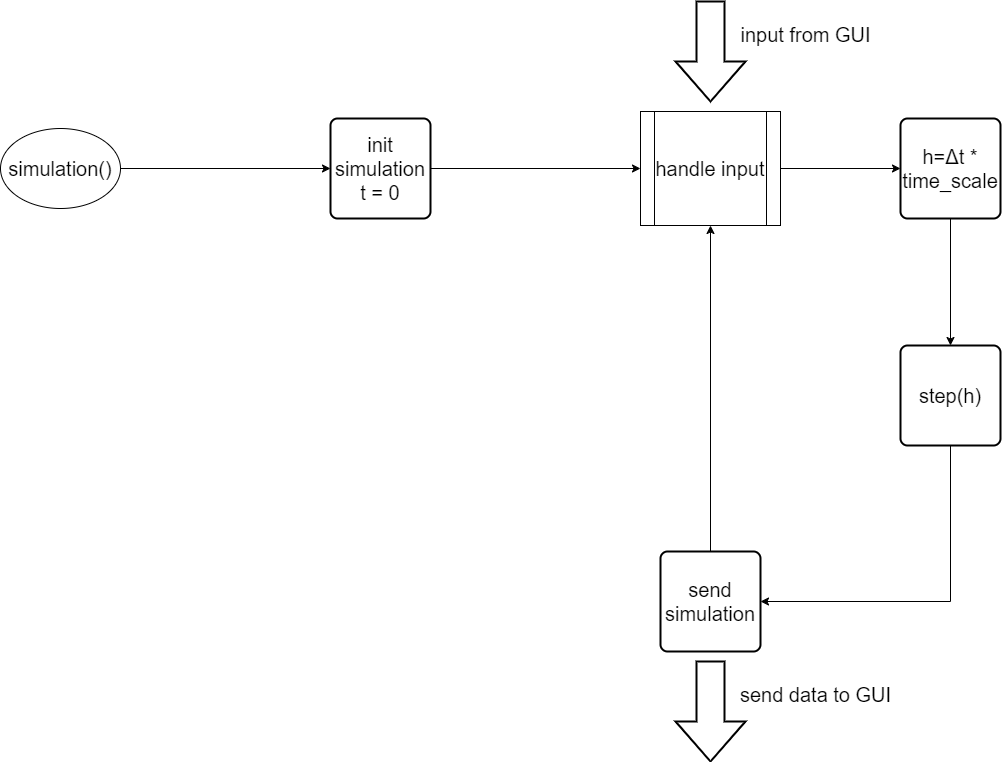
This is Final/simulation.png from DerGorn/InterstellareSimulation, a draw.io export, as it was before one commit. Source tidied: cells renumbered, new cells last; positions are measured from the earlier drawing's top-left corner, leaving out a move shared by most shapes.
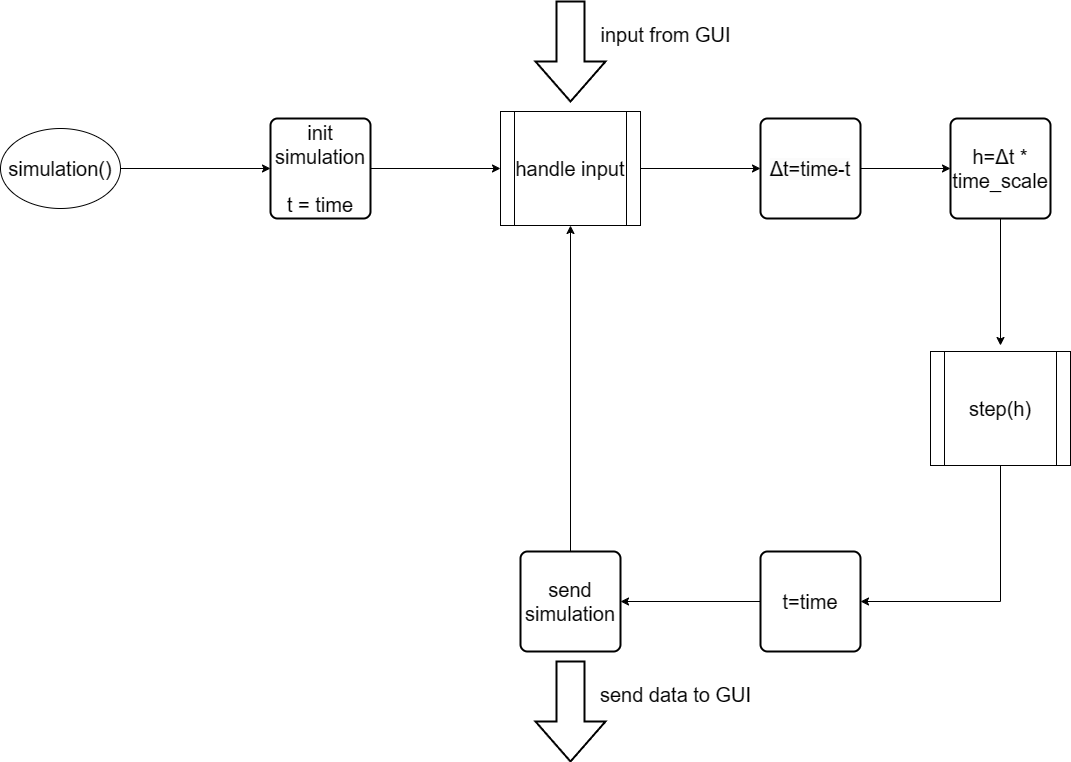
Later version of the same file.

What changed in the source:
```diff
@@ -6,19 +6,21 @@
       <mxGeometry relative="1" as="geometry" />
     </mxCell>
     <mxCell id="3" value="&lt;font style=&quot;font-size: 20px;&quot;&gt;simulation()&lt;/font&gt;" style="ellipse;whiteSpace=wrap;html=1;" parent="1" vertex="1">
-      <mxGeometry y="127" width="120" height="80" as="geometry" />
+      <mxGeometry x="140" y="127" width="120" height="80" as="geometry" />
     </mxCell>
     <mxCell id="4" style="edgeStyle=orthogonalEdgeStyle;rounded=0;jettySize=auto;html=1;entryX=0;entryY=0.5;entryDx=0;entryDy=0;" parent="1" edge="1" source="5" target="17">
       <mxGeometry relative="1" as="geometry" />
     </mxCell>
-    <mxCell id="5" value="&lt;font style=&quot;font-size: 20px;&quot;&gt;init simulation&lt;br&gt;t = 0&lt;/font&gt;" style="rounded=1;whiteSpace=wrap;html=1;absoluteArcSize=1;arcSize=14;strokeWidth=2;" parent="1" vertex="1">
-      <mxGeometry x="330" y="117" width="100" height="100" as="geometry" />
+    <mxCell id="5" value="&lt;font style=&quot;font-size: 20px;&quot;&gt;init simulation&lt;br&gt;&lt;br&gt;t = time&lt;/font&gt;" style="rounded=1;whiteSpace=wrap;html=1;absoluteArcSize=1;arcSize=14;strokeWidth=2;" parent="1" vertex="1">
+      <mxGeometry x="410" y="117" width="100" height="100" as="geometry" />
     </mxCell>
-    <mxCell id="6" style="edgeStyle=orthogonalEdgeStyle;rounded=0;jettySize=auto;html=1;entryX=0.5;entryY=0;entryDx=0;entryDy=0;" parent="1" edge="1" source="7" target="11">
-      <mxGeometry relative="1" as="geometry" />
+    <mxCell id="6" style="edgeStyle=orthogonalEdgeStyle;rounded=0;jettySize=auto;html=1;entryX=0.5;entryY=0;entryDx=0;entryDy=0;" parent="1" edge="1" source="7">
+      <mxGeometry relative="1" as="geometry">
+        <mxPoint x="1140" y="344" as="targetPoint" />
+      </mxGeometry>
     </mxCell>
     <mxCell id="7" value="&lt;font style=&quot;font-size: 20px;&quot;&gt;h=Δt * time_scale&lt;/font&gt;" style="rounded=1;whiteSpace=wrap;html=1;absoluteArcSize=1;arcSize=14;strokeWidth=2;" parent="1" vertex="1">
-      <mxGeometry x="900" y="117" width="100" height="100" as="geometry" />
+      <mxGeometry x="1090" y="117" width="100" height="100" as="geometry" />
     </mxCell>
     <mxCell id="8" style="edgeStyle=orthogonalEdgeStyle;rounded=0;jettySize=auto;html=1;" parent="1" edge="1" source="9" target="17">
       <mxGeometry relative="1" as="geometry" />
@@ -26,12 +28,6 @@
     <mxCell id="9" value="&lt;font style=&quot;font-size: 20px;&quot;&gt;send simulation&lt;/font&gt;" style="rounded=1;whiteSpace=wrap;html=1;absoluteArcSize=1;arcSize=14;strokeWidth=2;" parent="1" vertex="1">
       <mxGeometry x="660" y="550" width="100" height="100" as="geometry" />
     </mxCell>
-    <mxCell id="10" style="edgeStyle=orthogonalEdgeStyle;rounded=0;jettySize=auto;html=1;entryX=1;entryY=0.5;entryDx=0;entryDy=0;exitX=0.5;exitY=1;exitDx=0;exitDy=0;" parent="1" edge="1" source="11" target="9">
-      <mxGeometry relative="1" as="geometry" />
-    </mxCell>
-    <mxCell id="11" value="&lt;font style=&quot;font-size: 20px;&quot;&gt;step(h)&lt;/font&gt;" style="rounded=1;whiteSpace=wrap;html=1;absoluteArcSize=1;arcSize=14;strokeWidth=2;" parent="1" vertex="1">
-      <mxGeometry x="900" y="344" width="100" height="100" as="geometry" />
-    </mxCell>
     <mxCell id="12" style="verticalLabelPosition=bottom;verticalAlign=top;html=1;strokeWidth=2;shape=mxgraph.arrows2.arrow;dy=0.6;dx=40;notch=0;direction=south;" parent="1" vertex="1">
       <mxGeometry x="675" width="70" height="100" as="geometry" />
     </mxCell>
@@ -44,11 +40,29 @@
     <mxCell id="15" value="&lt;font style=&quot;font-size: 20px;&quot;&gt;send data to GUI&lt;/font&gt;" style="text;html=1;align=center;verticalAlign=middle;strokeColor=none;fillColor=none;" parent="1" vertex="1">
       <mxGeometry x="730" y="673" width="170" height="40" as="geometry" />
     </mxCell>
-    <mxCell id="16" style="edgeStyle=orthogonalEdgeStyle;rounded=0;jettySize=auto;html=1;" parent="1" edge="1" source="17" target="7">
-      <mxGeometry relative="1" as="geometry" />
-    </mxCell>
+    <mxCell id="18" style="edgeStyle=orthogonalEdgeStyle;rounded=0;jettySize=auto;html=1;entryX=0;entryY=0.5;entryDx=0;entryDy=0;" parent="1" edge="1" source="17" target="21">
+      <mxGeometry relative="1" as="geometry" />
+    </mxCell>
     <mxCell id="17" value="handle input" style="shape=process;whiteSpace=wrap;html=1;backgroundOutline=1;fontSize=20;" parent="1" vertex="1">
       <mxGeometry x="640" y="110" width="140" height="114" as="geometry" />
     </mxCell>
+    <mxCell id="19" style="edgeStyle=orthogonalEdgeStyle;rounded=0;jettySize=auto;html=1;entryX=1;entryY=0.5;entryDx=0;entryDy=0;exitX=0.5;exitY=1;exitDx=0;exitDy=0;" parent="1" edge="1" source="11" target="23">
+      <mxGeometry relative="1" as="geometry" />
+    </mxCell>
+    <mxCell id="11" value="step(h)" style="shape=process;whiteSpace=wrap;html=1;backgroundOutline=1;fontSize=20;" parent="1" vertex="1">
+      <mxGeometry x="1070" y="350" width="140" height="114" as="geometry" />
+    </mxCell>
+    <mxCell id="20" style="edgeStyle=orthogonalEdgeStyle;rounded=0;jettySize=auto;html=1;entryX=0;entryY=0.5;entryDx=0;entryDy=0;" parent="1" edge="1" source="21" target="7">
+      <mxGeometry relative="1" as="geometry" />
+    </mxCell>
+    <mxCell id="21" value="&lt;span style=&quot;color: rgb(0, 0, 0); font-family: Helvetica; font-size: 20px; font-style: normal; font-variant-ligatures: normal; font-variant-caps: normal; font-weight: 400; letter-spacing: normal; orphans: 2; text-align: center; text-indent: 0px; text-transform: none; widows: 2; word-spacing: 0px; -webkit-text-stroke-width: 0px; background-color: rgb(251, 251, 251); text-decoration-thickness: initial; text-decoration-style: initial; text-decoration-color: initial; float: none; display: inline !important;&quot;&gt;Δt=time-t&lt;/span&gt;" style="rounded=1;whiteSpace=wrap;html=1;absoluteArcSize=1;arcSize=14;strokeWidth=2;" parent="1" vertex="1">
+      <mxGeometry x="900" y="117" width="100" height="100" as="geometry" />
+    </mxCell>
+    <mxCell id="22" style="edgeStyle=orthogonalEdgeStyle;rounded=0;jettySize=auto;html=1;entryX=1;entryY=0.5;entryDx=0;entryDy=0;" parent="1" edge="1" source="23" target="9">
+      <mxGeometry relative="1" as="geometry" />
+    </mxCell>
+    <mxCell id="23" value="&lt;font style=&quot;font-size: 20px;&quot;&gt;t=time&lt;/font&gt;" style="rounded=1;whiteSpace=wrap;html=1;absoluteArcSize=1;arcSize=14;strokeWidth=2;" parent="1" vertex="1">
+      <mxGeometry x="900" y="550" width="100" height="100" as="geometry" />
+    </mxCell>
   </root>
 </mxGraphModel>
```
